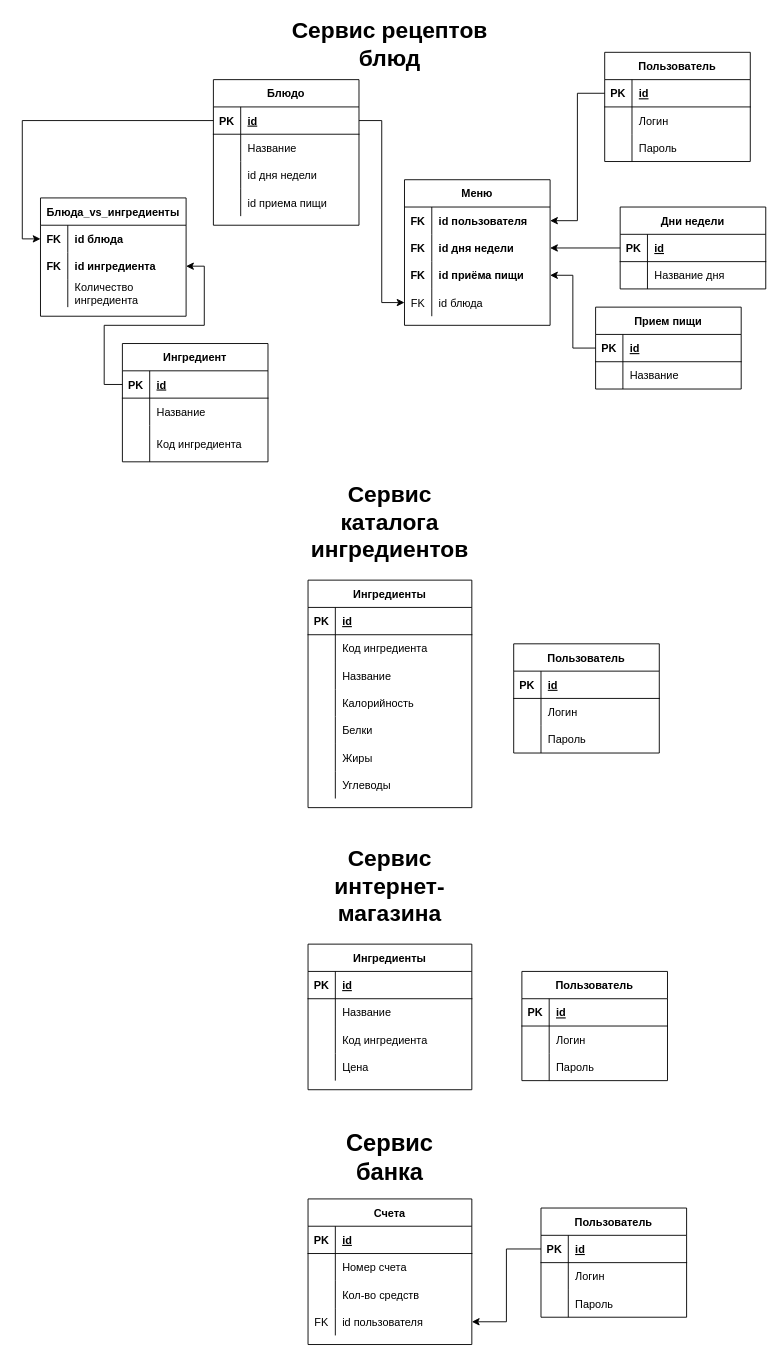
Above: otherFiles/SOA.drawio in Shahnovski/ProjectSOA (draw.io), before the change. Source tidied: cells renumbered, new cells numbered last; positions are measured from the earlier drawing's top-left corner, leaving out a move shared by most shapes. Both pictures are drawn from the tidied source at 91%, with x=0, y=0 at pixel (40, 15).
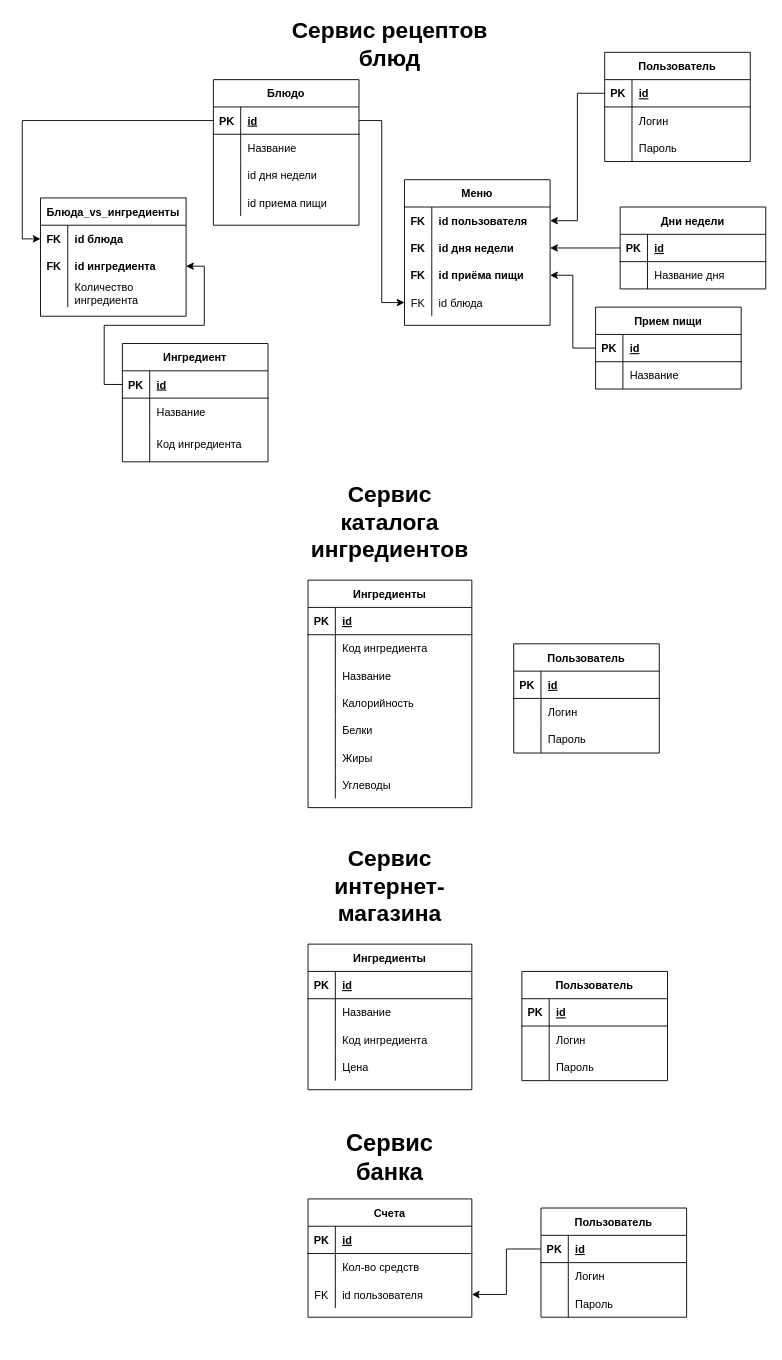
The same page after the edit.

Commit message:
Deleted accountNumber from account table

The edit, as a diff of the source:
```diff
@@
     <mxCell id="90" value="Счета" style="shape=table;startSize=30;childLayout=tableLayout;rowLines=0;fontStyle=1;align=center;" parent="1" vertex="1">
-      <mxGeometry x="294" y="1300" width="180" height="160" as="geometry" />
+      <mxGeometry x="294" y="1300" width="180" height="130" as="geometry" />
     </mxCell>
@@
-    <mxCell id="94" style="shape=partialRectangle;fillColor=none;top=0;left=0;bottom=0;right=0;" parent="90" vertex="1">
-      <mxGeometry y="60" width="180" height="30" as="geometry" />
-    </mxCell>
-    <mxCell id="95" style="shape=partialRectangle;fillColor=none;top=0;left=0;bottom=0;right=0;overflow=hidden;" parent="94" vertex="1">
-      <mxGeometry width="30" height="30" as="geometry" />
-    </mxCell>
-    <mxCell id="96" value="Номер счета" style="shape=partialRectangle;fillColor=none;top=0;left=0;bottom=0;right=0;align=left;spacingLeft=6;overflow=hidden;" parent="94" vertex="1">
-      <mxGeometry x="30" width="150" height="30" as="geometry" />
-    </mxCell>
     <mxCell id="97" style="shape=partialRectangle;fillColor=none;top=0;left=0;bottom=0;right=0;" parent="90" vertex="1">
-      <mxGeometry y="90" width="180" height="30" as="geometry" />
+      <mxGeometry y="60" width="180" height="30" as="geometry" />
     </mxCell>
@@
     <mxCell id="100" style="shape=partialRectangle;fillColor=none;top=0;left=0;bottom=0;right=0;points=[[0,0.5],[1,0.5]];portConstraint=eastwest;" parent="90" vertex="1">
-      <mxGeometry y="120" width="180" height="30" as="geometry" />
+      <mxGeometry y="90" width="180" height="30" as="geometry" />
     </mxCell>
```
